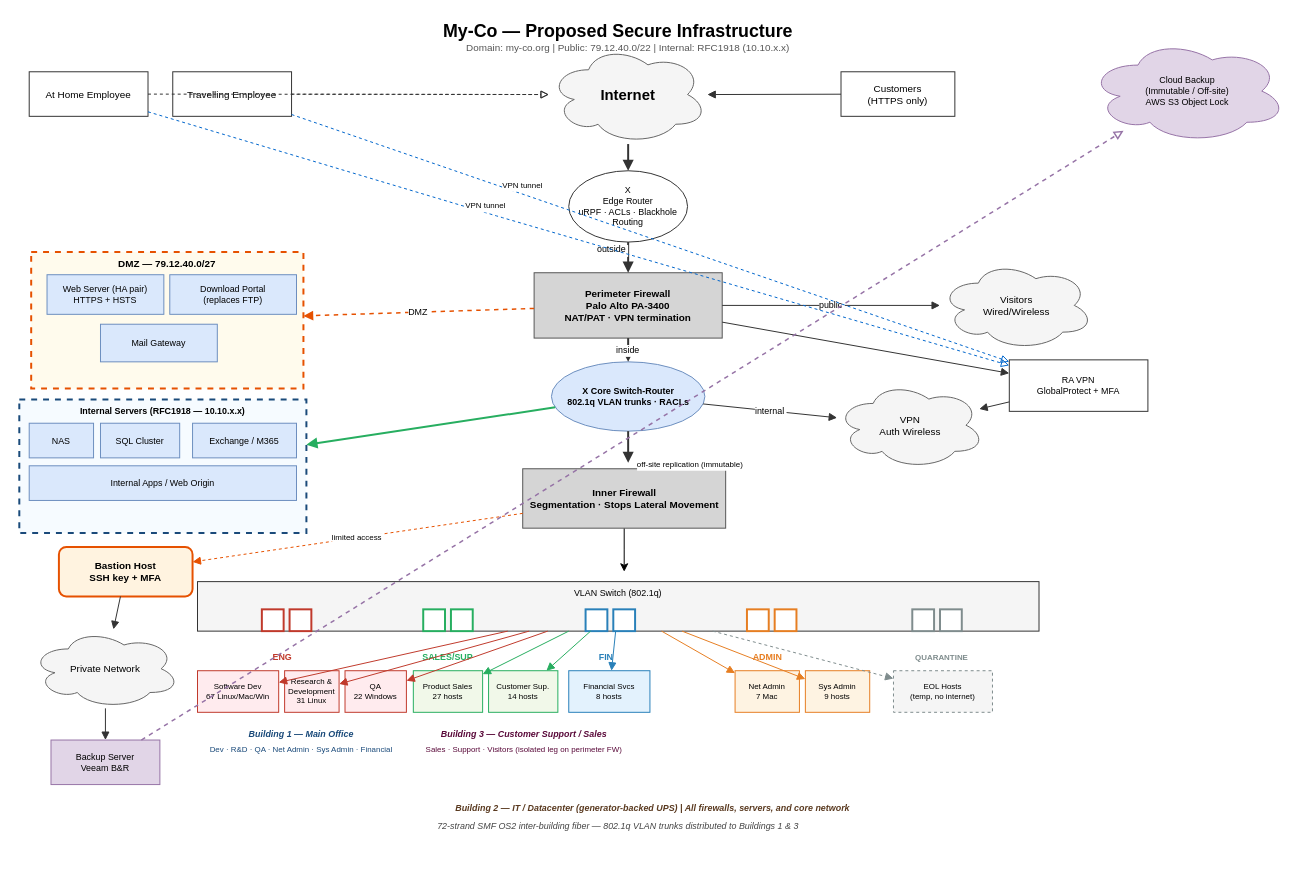
christianromo1/secure-infrastructure-design keeps this draw.io diagram as myco-proposed.drawio. Above is the earlier version. Source tidied: cells renumbered, new cells numbered last; positions are measured from the earlier drawing's top-left corner, leaving out a move shared by most shapes. Both pictures are drawn from the tidied source at 99%, with x=0, y=0 at pixel (19, 17).
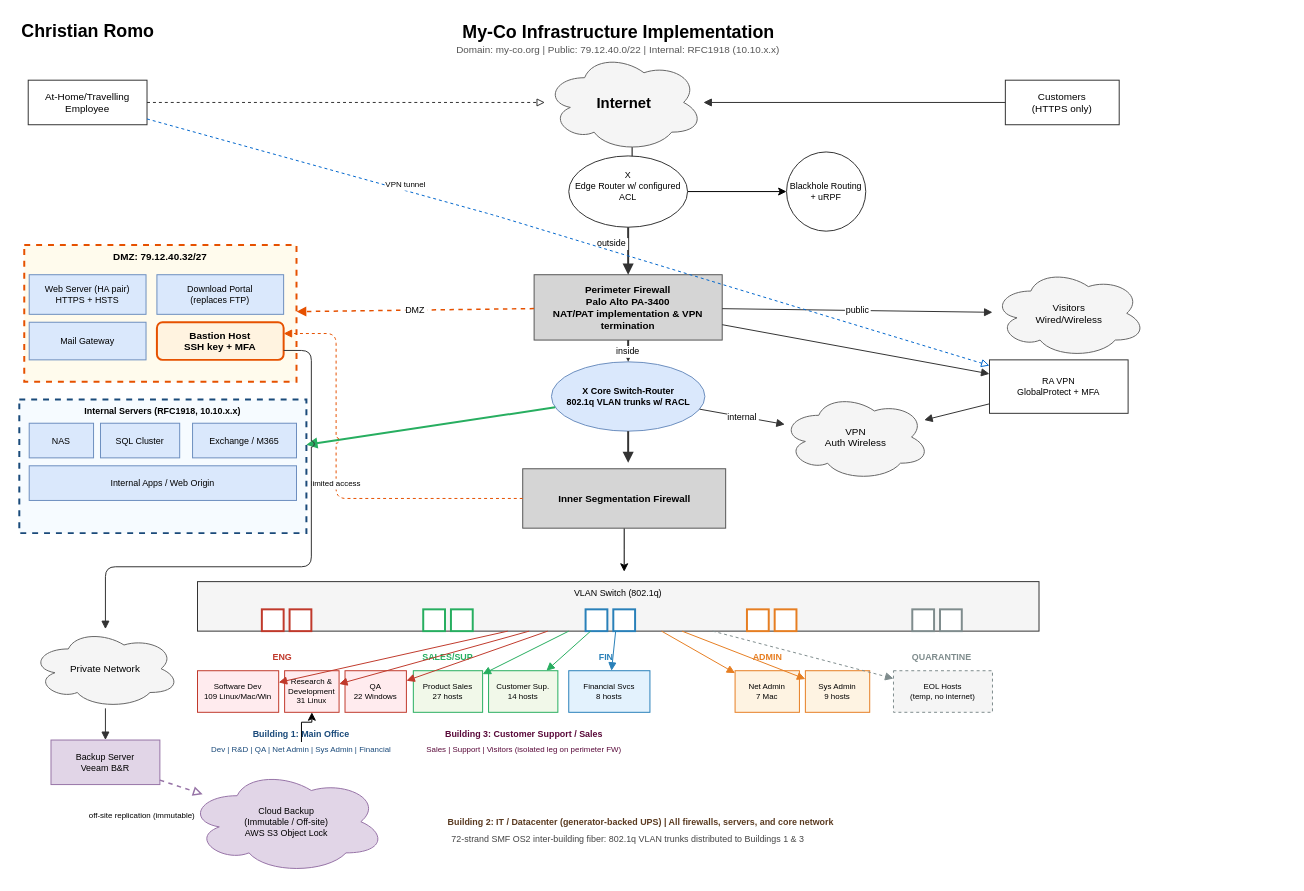
The same page after the edit.

The change refers to these unchanged cells:
```xml
<mxCell id="44" value="Research &amp;amp; Development&lt;br&gt;31 Linux" style="rounded=0;whiteSpace=wrap;html=1;fillColor=#ffebee;strokeColor=#c0392b;fontSize=8;" parent="1" vertex="1">
  <mxGeometry x="268" y="660" width="55" height="42" as="geometry" />
</mxCell>
<mxCell id="52" value="Private Network" style="ellipse;shape=cloud;whiteSpace=wrap;html=1;fillColor=#f5f5f5;strokeColor=#666666;fontSize=10;" parent="1" vertex="1">
  <mxGeometry x="12" y="618" width="150" height="80" as="geometry" />
</mxCell>
<mxCell id="53" value="Backup Server&#10;Veeam B&amp;R" style="rounded=0;whiteSpace=wrap;html=1;fillColor=#e1d5e7;strokeColor=#9673a6;fontSize=9;" parent="1" vertex="1">
  <mxGeometry x="32" y="730" width="110" height="45" as="geometry" />
</mxCell>
```

The edit, as a diff of the source:
```diff
@@
-    <mxCell id="2" value="My-Co — Proposed Secure Infrastructure" style="text;html=1;strokeColor=none;fillColor=none;align=center;verticalAlign=middle;whiteSpace=wrap;fontSize=18;fontStyle=1;" parent="1" vertex="1">
-      <mxGeometry x="205" width="800" height="28" as="geometry" />
+    <mxCell id="2" value="My-Co Infrastructure Implementation" style="text;html=1;strokeColor=none;fillColor=none;align=center;verticalAlign=middle;whiteSpace=wrap;fontSize=18;fontStyle=1;" parent="1" vertex="1">
+      <mxGeometry x="212.5" y="6" width="785" height="18" as="geometry" />
     </mxCell>
     <mxCell id="3" value="Domain: my-co.org  |  Public: 79.12.40.0/22  |  Internal: RFC1918 (10.10.x.x)" style="text;html=1;strokeColor=none;fillColor=none;align=center;verticalAlign=middle;whiteSpace=wrap;fontSize=10;fontColor=#555555;" parent="1" vertex="1">
-      <mxGeometry x="215" y="22" width="800" height="18" as="geometry" />
+      <mxGeometry x="205" y="24" width="800" height="18" as="geometry" />
     </mxCell>
-    <mxCell id="4" value="At Home Employee" style="rounded=0;whiteSpace=wrap;html=1;fillColor=#ffffff;strokeColor=#333333;fontSize=10;" parent="1" vertex="1">
-      <mxGeometry x="10" y="55" width="120" height="45" as="geometry" />
+    <mxCell id="4" value="At-Home/Travelling Employee" style="rounded=0;whiteSpace=wrap;html=1;fillColor=#ffffff;strokeColor=#333333;fontSize=10;" parent="1" vertex="1">
+      <mxGeometry x="9" y="63.5" width="120" height="45" as="geometry" />
     </mxCell>
-    <mxCell id="5" value="Travelling Employee" style="rounded=0;whiteSpace=wrap;html=1;fillColor=#ffffff;strokeColor=#333333;fontSize=10;" parent="1" vertex="1">
-      <mxGeometry x="155" y="55" width="120" height="45" as="geometry" />
-    </mxCell>
+    <mxCell id="63" style="edgeStyle=orthogonalEdgeStyle;rounded=0;jettySize=auto;html=1;exitX=0.55;exitY=0.95;exitDx=0;exitDy=0;exitPerimeter=0;" parent="1" edge="1" source="6" target="9">
+      <mxGeometry relative="1" as="geometry" />
+    </mxCell>
     <mxCell id="6" value="Internet" style="ellipse;shape=cloud;whiteSpace=wrap;html=1;fillColor=#f5f5f5;strokeColor=#666666;fontSize=15;fontStyle=1;" parent="1" vertex="1">
-      <mxGeometry x="535" y="28" width="160" height="100" as="geometry" />
+      <mxGeometry x="531" y="36" width="160" height="100" as="geometry" />
     </mxCell>
     <mxCell id="7" value="Customers&#10;(HTTPS only)" style="rounded=0;whiteSpace=wrap;html=1;fillColor=#ffffff;strokeColor=#333333;fontSize=10;" parent="1" vertex="1">
-      <mxGeometry x="830" y="55" width="115" height="45" as="geometry" />
+      <mxGeometry x="996" y="63.5" width="115" height="45" as="geometry" />
     </mxCell>
     <mxCell id="8" value="Cloud Backup&#10;(Immutable / Off-site)&#10;AWS S3 Object Lock" style="ellipse;shape=cloud;whiteSpace=wrap;html=1;fillColor=#e1d5e7;strokeColor=#9673a6;fontSize=9;" parent="1" vertex="1">
-      <mxGeometry x="1080" y="22" width="200" height="105" as="geometry" />
+      <mxGeometry x="170" y="760" width="200" height="105" as="geometry" />
     </mxCell>
+    <mxCell id="88" style="edgeStyle=orthogonalEdgeStyle;rounded=0;jettySize=auto;html=1;" parent="1" edge="1" source="9" target="90">
+      <mxGeometry relative="1" as="geometry" />
+    </mxCell>
-    <mxCell id="9" value="X&#10;Edge Router&#10;uRPF · ACLs · Blackhole Routing" style="ellipse;whiteSpace=wrap;html=1;fillColor=#ffffff;strokeColor=#333333;fontSize=9;" parent="1" vertex="1">
-      <mxGeometry x="555" y="155" width="120" height="72" as="geometry" />
+    <mxCell id="9" value="X&lt;br&gt;Edge Router w/ configured ACL&lt;div&gt;&lt;br&gt;&lt;/div&gt;" style="ellipse;whiteSpace=wrap;html=1;fillColor=#ffffff;strokeColor=#333333;fontSize=9;" parent="1" vertex="1">
+      <mxGeometry x="555" y="140" width="120" height="72" as="geometry" />
     </mxCell>
-    <mxCell id="10" value="DMZ — 79.12.40.0/27" style="rounded=0;whiteSpace=wrap;html=1;fillColor=#fff8e1;strokeColor=#e65100;dashed=1;strokeWidth=2;fontSize=10;fontStyle=1;verticalAlign=top;fillOpacity=60;" parent="1" vertex="1">
-      <mxGeometry x="12" y="237" width="275" height="138" as="geometry" />
+    <mxCell id="10" value="DMZ: 79.12.40.32/27" style="rounded=0;whiteSpace=wrap;html=1;fillColor=#fff8e1;strokeColor=#e65100;dashed=1;strokeWidth=2;fontSize=10;fontStyle=1;verticalAlign=top;fillOpacity=60;align=center;" parent="1" vertex="1">
+      <mxGeometry x="5" y="230" width="275" height="138" as="geometry" />
     </mxCell>
     <mxCell id="11" value="Web Server (HA pair)&#10;HTTPS + HSTS" style="rounded=0;whiteSpace=wrap;html=1;fillColor=#dae8fc;strokeColor=#6c8ebf;fontSize=9;" parent="1" vertex="1">
-      <mxGeometry x="28" y="260" width="118" height="40" as="geometry" />
+      <mxGeometry x="10" y="260" width="118" height="40" as="geometry" />
     </mxCell>
     <mxCell id="12" value="Download Portal&#10;(replaces FTP)" style="rounded=0;whiteSpace=wrap;html=1;fillColor=#dae8fc;strokeColor=#6c8ebf;fontSize=9;" parent="1" vertex="1">
-      <mxGeometry x="152" y="260" width="128" height="40" as="geometry" />
+      <mxGeometry x="139" y="260" width="128" height="40" as="geometry" />
     </mxCell>
     <mxCell id="13" value="Mail Gateway" style="rounded=0;whiteSpace=wrap;html=1;fillColor=#dae8fc;strokeColor=#6c8ebf;fontSize=9;" parent="1" vertex="1">
-      <mxGeometry x="82" y="310" width="118" height="38" as="geometry" />
+      <mxGeometry x="10" y="308" width="118" height="38" as="geometry" />
     </mxCell>
-    <mxCell id="14" value="Perimeter Firewall&#10;Palo Alto PA-3400&#10;NAT/PAT · VPN termination" style="rounded=0;whiteSpace=wrap;html=1;fillColor=#d5d5d5;strokeColor=#555555;fontSize=10;fontStyle=1;" parent="1" vertex="1">
-      <mxGeometry x="520" y="258" width="190" height="66" as="geometry" />
+    <mxCell id="14" value="Perimeter Firewall&lt;br&gt;Palo Alto PA-3400&lt;br&gt;NAT/PAT implementation &amp;amp; VPN termination" style="rounded=0;whiteSpace=wrap;html=1;fillColor=#d5d5d5;strokeColor=#555555;fontSize=10;fontStyle=1;" parent="1" vertex="1">
+      <mxGeometry x="520" y="260" width="190" height="66" as="geometry" />
     </mxCell>
     <mxCell id="15" value="Visitors&#10;Wired/Wireless" style="ellipse;shape=cloud;whiteSpace=wrap;html=1;fillColor=#f5f5f5;strokeColor=#666666;fontSize=10;" parent="1" vertex="1">
-      <mxGeometry x="930" y="246" width="155" height="90" as="geometry" />
+      <mxGeometry x="983" y="254" width="155" height="90" as="geometry" />
     </mxCell>
     <mxCell id="16" value="RA VPN&#10;GlobalProtect + MFA" style="rounded=0;whiteSpace=wrap;html=1;fillColor=#ffffff;strokeColor=#333333;fontSize=9;" parent="1" vertex="1">
-      <mxGeometry x="1000" y="346" width="140" height="52" as="geometry" />
+      <mxGeometry x="980" y="346" width="140" height="54" as="geometry" />
     </mxCell>
-    <mxCell id="17" value="X  Core Switch-Router&#10;802.1q VLAN trunks · RACLs" style="ellipse;whiteSpace=wrap;html=1;fillColor=#dae8fc;strokeColor=#6c8ebf;fontSize=9;fontStyle=1;" parent="1" vertex="1">
+    <mxCell id="17" value="X  Core Switch-Router&lt;br&gt;802.1q VLAN trunks w/ RACL" style="ellipse;whiteSpace=wrap;html=1;fillColor=#dae8fc;strokeColor=#6c8ebf;fontSize=9;fontStyle=1;" parent="1" vertex="1">
       <mxGeometry x="537.5" y="348" width="155" height="70" as="geometry" />
     </mxCell>
-    <mxCell id="18" value="Internal Servers (RFC1918 — 10.10.x.x)" style="rounded=0;whiteSpace=wrap;html=1;fillColor=#f0f8ff;strokeColor=#1a4a7a;dashed=1;strokeWidth=2;fontSize=9;fontStyle=1;verticalAlign=top;fillOpacity=60;" parent="1" vertex="1">
+    <mxCell id="18" value="Internal Servers (RFC1918, 10.10.x.x)" style="rounded=0;whiteSpace=wrap;html=1;fillColor=#f0f8ff;strokeColor=#1a4a7a;dashed=1;strokeWidth=2;fontSize=9;fontStyle=1;verticalAlign=top;fillOpacity=60;" parent="1" vertex="1">
       <mxGeometry y="386" width="290" height="135" as="geometry" />
     </mxCell>
@@
     <mxCell id="23" value="VPN&#10;Auth Wireless" style="ellipse;shape=cloud;whiteSpace=wrap;html=1;fillColor=#f5f5f5;strokeColor=#666666;fontSize=10;" parent="1" vertex="1">
-      <mxGeometry x="825" y="368" width="150" height="88" as="geometry" />
+      <mxGeometry x="770" y="380" width="150" height="88" as="geometry" />
     </mxCell>
     <mxCell id="24" value="Bastion Host&#10;SSH key + MFA" style="rounded=1;whiteSpace=wrap;html=1;fillColor=#fff3e0;strokeColor=#e65100;strokeWidth=2;fontSize=10;fontStyle=1;" parent="1" vertex="1">
-      <mxGeometry x="40" y="535" width="135" height="50" as="geometry" />
+      <mxGeometry x="139" y="308" width="128" height="38" as="geometry" />
     </mxCell>
@@
-    <mxCell id="26" value="Inner Firewall&#10;Segmentation · Stops Lateral Movement" style="rounded=0;whiteSpace=wrap;html=1;fillColor=#d5d5d5;strokeColor=#555555;fontSize=10;fontStyle=1;" parent="1" vertex="1">
+    <mxCell id="26" value="Inner Segmentation Firewall" style="rounded=0;whiteSpace=wrap;html=1;fillColor=#d5d5d5;strokeColor=#555555;fontSize=10;fontStyle=1;" parent="1" vertex="1">
       <mxGeometry x="508.5" y="456" width="205" height="60" as="geometry" />
     </mxCell>
@@
-    <mxCell id="42" value="QUARANTINE" style="text;html=1;strokeColor=none;fillColor=none;align=center;verticalAlign=middle;whiteSpace=wrap;fontSize=8;fontStyle=1;fontColor=#7f8c8d;" parent="1" vertex="1">
+    <mxCell id="42" value="&lt;font style=&quot;font-size: 9px;&quot;&gt;QUARANTINE&lt;/font&gt;" style="text;html=1;strokeColor=none;fillColor=none;align=center;verticalAlign=middle;whiteSpace=wrap;fontSize=8;fontStyle=1;fontColor=#7f8c8d;" parent="1" vertex="1">
       <mxGeometry x="884" y="638" width="96" height="18" as="geometry" />
     </mxCell>
-    <mxCell id="43" value="Software Dev&#10;67 Linux/Mac/Win" style="rounded=0;whiteSpace=wrap;html=1;fillColor=#ffebee;strokeColor=#c0392b;fontSize=8;" parent="1" vertex="1">
+    <mxCell id="43" value="Software Dev&#10;109 Linux/Mac/Win" style="rounded=0;whiteSpace=wrap;html=1;fillColor=#ffebee;strokeColor=#c0392b;fontSize=8;" parent="1" vertex="1">
       <mxGeometry x="180" y="660" width="82" height="42" as="geometry" />
     </mxCell>
@@
-    <mxCell id="54" value="Building 1 — Main Office" style="text;html=1;strokeColor=none;fillColor=none;align=center;verticalAlign=middle;whiteSpace=wrap;fontSize=9;fontStyle=3;fontColor=#1a4a7a;" parent="1" vertex="1">
+    <mxCell id="54" value="&lt;span style=&quot;font-style: normal;&quot;&gt;Building 1: Main Office&lt;/span&gt;" style="text;html=1;strokeColor=none;fillColor=none;align=center;verticalAlign=middle;whiteSpace=wrap;fontSize=9;fontStyle=3;fontColor=#1a4a7a;" parent="1" vertex="1">
       <mxGeometry x="180" y="715" width="210" height="18" as="geometry" />
     </mxCell>
+    <mxCell id="89" style="edgeStyle=orthogonalEdgeStyle;rounded=0;jettySize=auto;html=1;" parent="1" edge="1" source="55" target="44">
+      <mxGeometry relative="1" as="geometry" />
+    </mxCell>
-    <mxCell id="55" value="Dev · R&amp;D · QA · Net Admin · Sys Admin · Financial" style="text;html=1;strokeColor=none;fillColor=none;align=center;verticalAlign=middle;whiteSpace=wrap;fontSize=8;fontColor=#1a4a7a;" parent="1" vertex="1">
+    <mxCell id="55" value="Dev | R&amp;amp;D | QA | Net Admin | Sys Admin | Financial" style="text;html=1;strokeColor=none;fillColor=none;align=center;verticalAlign=middle;whiteSpace=wrap;fontSize=8;fontColor=#1a4a7a;" parent="1" vertex="1">
       <mxGeometry x="170" y="732" width="230" height="16" as="geometry" />
     </mxCell>
-    <mxCell id="56" value="Building 3 — Customer Support / Sales" style="text;html=1;strokeColor=none;fillColor=none;align=center;verticalAlign=middle;whiteSpace=wrap;fontSize=9;fontStyle=3;fontColor=#5a0a3a;" parent="1" vertex="1">
+    <mxCell id="56" value="&lt;span style=&quot;font-style: normal;&quot;&gt;Building 3: Customer Support / Sales&lt;/span&gt;" style="text;html=1;strokeColor=none;fillColor=none;align=center;verticalAlign=middle;whiteSpace=wrap;fontSize=9;fontStyle=3;fontColor=#5a0a3a;" parent="1" vertex="1">
       <mxGeometry x="390" y="715" width="240" height="18" as="geometry" />
     </mxCell>
-    <mxCell id="57" value="Sales · Support · Visitors (isolated leg on perimeter FW)" style="text;html=1;strokeColor=none;fillColor=none;align=center;verticalAlign=middle;whiteSpace=wrap;fontSize=8;fontColor=#5a0a3a;" parent="1" vertex="1">
+    <mxCell id="57" value="Sales | Support | Visitors (isolated leg on perimeter FW)" style="text;html=1;strokeColor=none;fillColor=none;align=center;verticalAlign=middle;whiteSpace=wrap;fontSize=8;fontColor=#5a0a3a;" parent="1" vertex="1">
       <mxGeometry x="380" y="732" width="260" height="16" as="geometry" />
     </mxCell>
-    <mxCell id="58" value="Building 2 — IT / Datacenter (generator-backed UPS)  |  All firewalls, servers, and core network" style="text;html=1;strokeColor=none;fillColor=none;align=center;verticalAlign=middle;whiteSpace=wrap;fontSize=9;fontStyle=3;fontColor=#5a3a20;" parent="1" vertex="1">
-      <mxGeometry x="290" y="790" width="700" height="18" as="geometry" />
+    <mxCell id="58" value="&lt;span style=&quot;font-style: normal;&quot;&gt;Building 2: IT / Datacenter (generator-backed UPS)  |  All firewalls, servers, and core network&lt;/span&gt;" style="text;html=1;strokeColor=none;fillColor=none;align=center;verticalAlign=middle;whiteSpace=wrap;fontSize=9;fontStyle=3;fontColor=#5a3a20;" parent="1" vertex="1">
+      <mxGeometry x="277.5" y="803.5" width="700" height="18" as="geometry" />
     </mxCell>
-    <mxCell id="59" value="72-strand SMF OS2 inter-building fiber — 802.1q VLAN trunks distributed to Buildings 1 &amp; 3" style="text;html=1;strokeColor=none;fillColor=none;align=center;verticalAlign=middle;whiteSpace=wrap;fontSize=9;fontStyle=2;fontColor=#444444;" parent="1" vertex="1">
-      <mxGeometry x="205" y="808" width="800" height="18" as="geometry" />
+    <mxCell id="59" value="&lt;span style=&quot;font-style: normal;&quot;&gt;72-strand SMF OS2 inter-building fiber: 802.1q VLAN trunks distributed to Buildings 1 &amp;amp; 3&lt;/span&gt;" style="text;html=1;strokeColor=none;fillColor=none;align=center;verticalAlign=middle;whiteSpace=wrap;fontSize=9;fontStyle=2;fontColor=#444444;" parent="1" vertex="1">
+      <mxGeometry x="215" y="821.5" width="800" height="18" as="geometry" />
     </mxCell>
@@
-    <mxCell id="61" style="endArrow=block;endFill=0;dashed=1;strokeColor=#333333;" parent="1" edge="1" source="5" target="6">
-      <mxGeometry relative="1" as="geometry" />
-    </mxCell>
@@
-    <mxCell id="63" style="endArrow=block;endFill=1;strokeColor=#333333;strokeWidth=2;" parent="1" edge="1" source="6" target="9">
-      <mxGeometry relative="1" as="geometry" />
-    </mxCell>
@@
-    <mxCell id="72" value="limited access" style="endArrow=block;endFill=1;strokeColor=#e65100;fontSize=8;dashed=1;" parent="1" edge="1" source="26" target="24">
-      <mxGeometry relative="1" as="geometry" />
+    <mxCell id="72" value="limited access" style="endArrow=block;endFill=1;strokeColor=#e65100;fontSize=8;dashed=1;exitX=0;exitY=0.5;exitDx=0;exitDy=0;entryX=1;entryY=0.3;entryDx=0;entryDy=0;jumpStyle=arc;jumpSize=6;" parent="1" edge="1" source="26" target="24">
+      <mxGeometry relative="1" as="geometry">
+        <Array as="points">
+          <mxPoint x="320" y="486" />
+          <mxPoint x="320" y="319.4" />
+        </Array>
+      </mxGeometry>
     </mxCell>
-    <mxCell id="73" style="endArrow=block;endFill=1;strokeColor=#333333;" parent="1" edge="1" source="24" target="52">
-      <mxGeometry relative="1" as="geometry" />
+    <mxCell id="73" style="endArrow=block;endFill=1;strokeColor=#333333;exitX=1;exitY=0.75;exitDx=0;exitDy=0;entryX=0.5;entryY=0;entryDx=0;entryDy=0;jumpStyle=arc;jumpSize=6;" parent="1" edge="1" source="24" target="52">
+      <mxGeometry relative="1" as="geometry">
+        <Array as="points">
+          <mxPoint x="295" y="336.5" />
+          <mxPoint x="295" y="555" />
+          <mxPoint x="87" y="555" />
+        </Array>
+      </mxGeometry>
     </mxCell>
@@
     <mxCell id="75" value="off-site replication (immutable)" style="endArrow=block;endFill=0;dashed=1;strokeColor=#9673a6;strokeWidth=1.5;fontSize=8;" parent="1" edge="1" source="53" target="8">
-      <mxGeometry x="0.06" y="-56" relative="1" as="geometry">
-        <mxPoint x="-1" as="offset" />
+      <mxGeometry x="-1" y="-41" relative="1" as="geometry">
+        <mxPoint x="-5" y="-3" as="offset" />
       </mxGeometry>
     </mxCell>
@@
     <mxCell id="77" value="VPN tunnel" style="endArrow=block;endFill=0;dashed=1;strokeColor=#0066cc;fontSize=8;" parent="1" edge="1" source="4" target="16">
-      <mxGeometry x="-0.22" y="7" relative="1" as="geometry">
+      <mxGeometry x="-0.39" y="5" relative="1" as="geometry">
         <Array as="points">
           <mxPoint x="480" y="200" />
         </Array>
+        <mxPoint y="-1" as="offset" />
       </mxGeometry>
     </mxCell>
-    <mxCell id="78" value="VPN tunnel" style="endArrow=block;endFill=0;dashed=1;strokeColor=#0066cc;fontSize=8;" parent="1" edge="1" source="5" target="16">
-      <mxGeometry x="-0.36" y="9" relative="1" as="geometry">
-        <mxPoint x="-1" as="offset" />
-      </mxGeometry>
-    </mxCell>
@@
+    <mxCell id="90" value="Blackhole Routing + uRPF" style="ellipse;whiteSpace=wrap;html=1;fontSize=9;fillColor=#ffffff;strokeColor=#333333;" parent="1" vertex="1">
+      <mxGeometry x="775" y="136" width="80" height="80" as="geometry" />
+    </mxCell>
+    <mxCell id="91" value="&lt;b style=&quot;&quot;&gt;&lt;font style=&quot;font-size: 18px;&quot;&gt;Christian Romo&lt;/font&gt;&lt;/b&gt;" style="text;html=1;whiteSpace=wrap;strokeColor=none;fillColor=none;align=center;verticalAlign=middle;rounded=0;" parent="1" vertex="1">
+      <mxGeometry x="-2.5" y="4" width="143" height="20" as="geometry" />
+    </mxCell>
```
